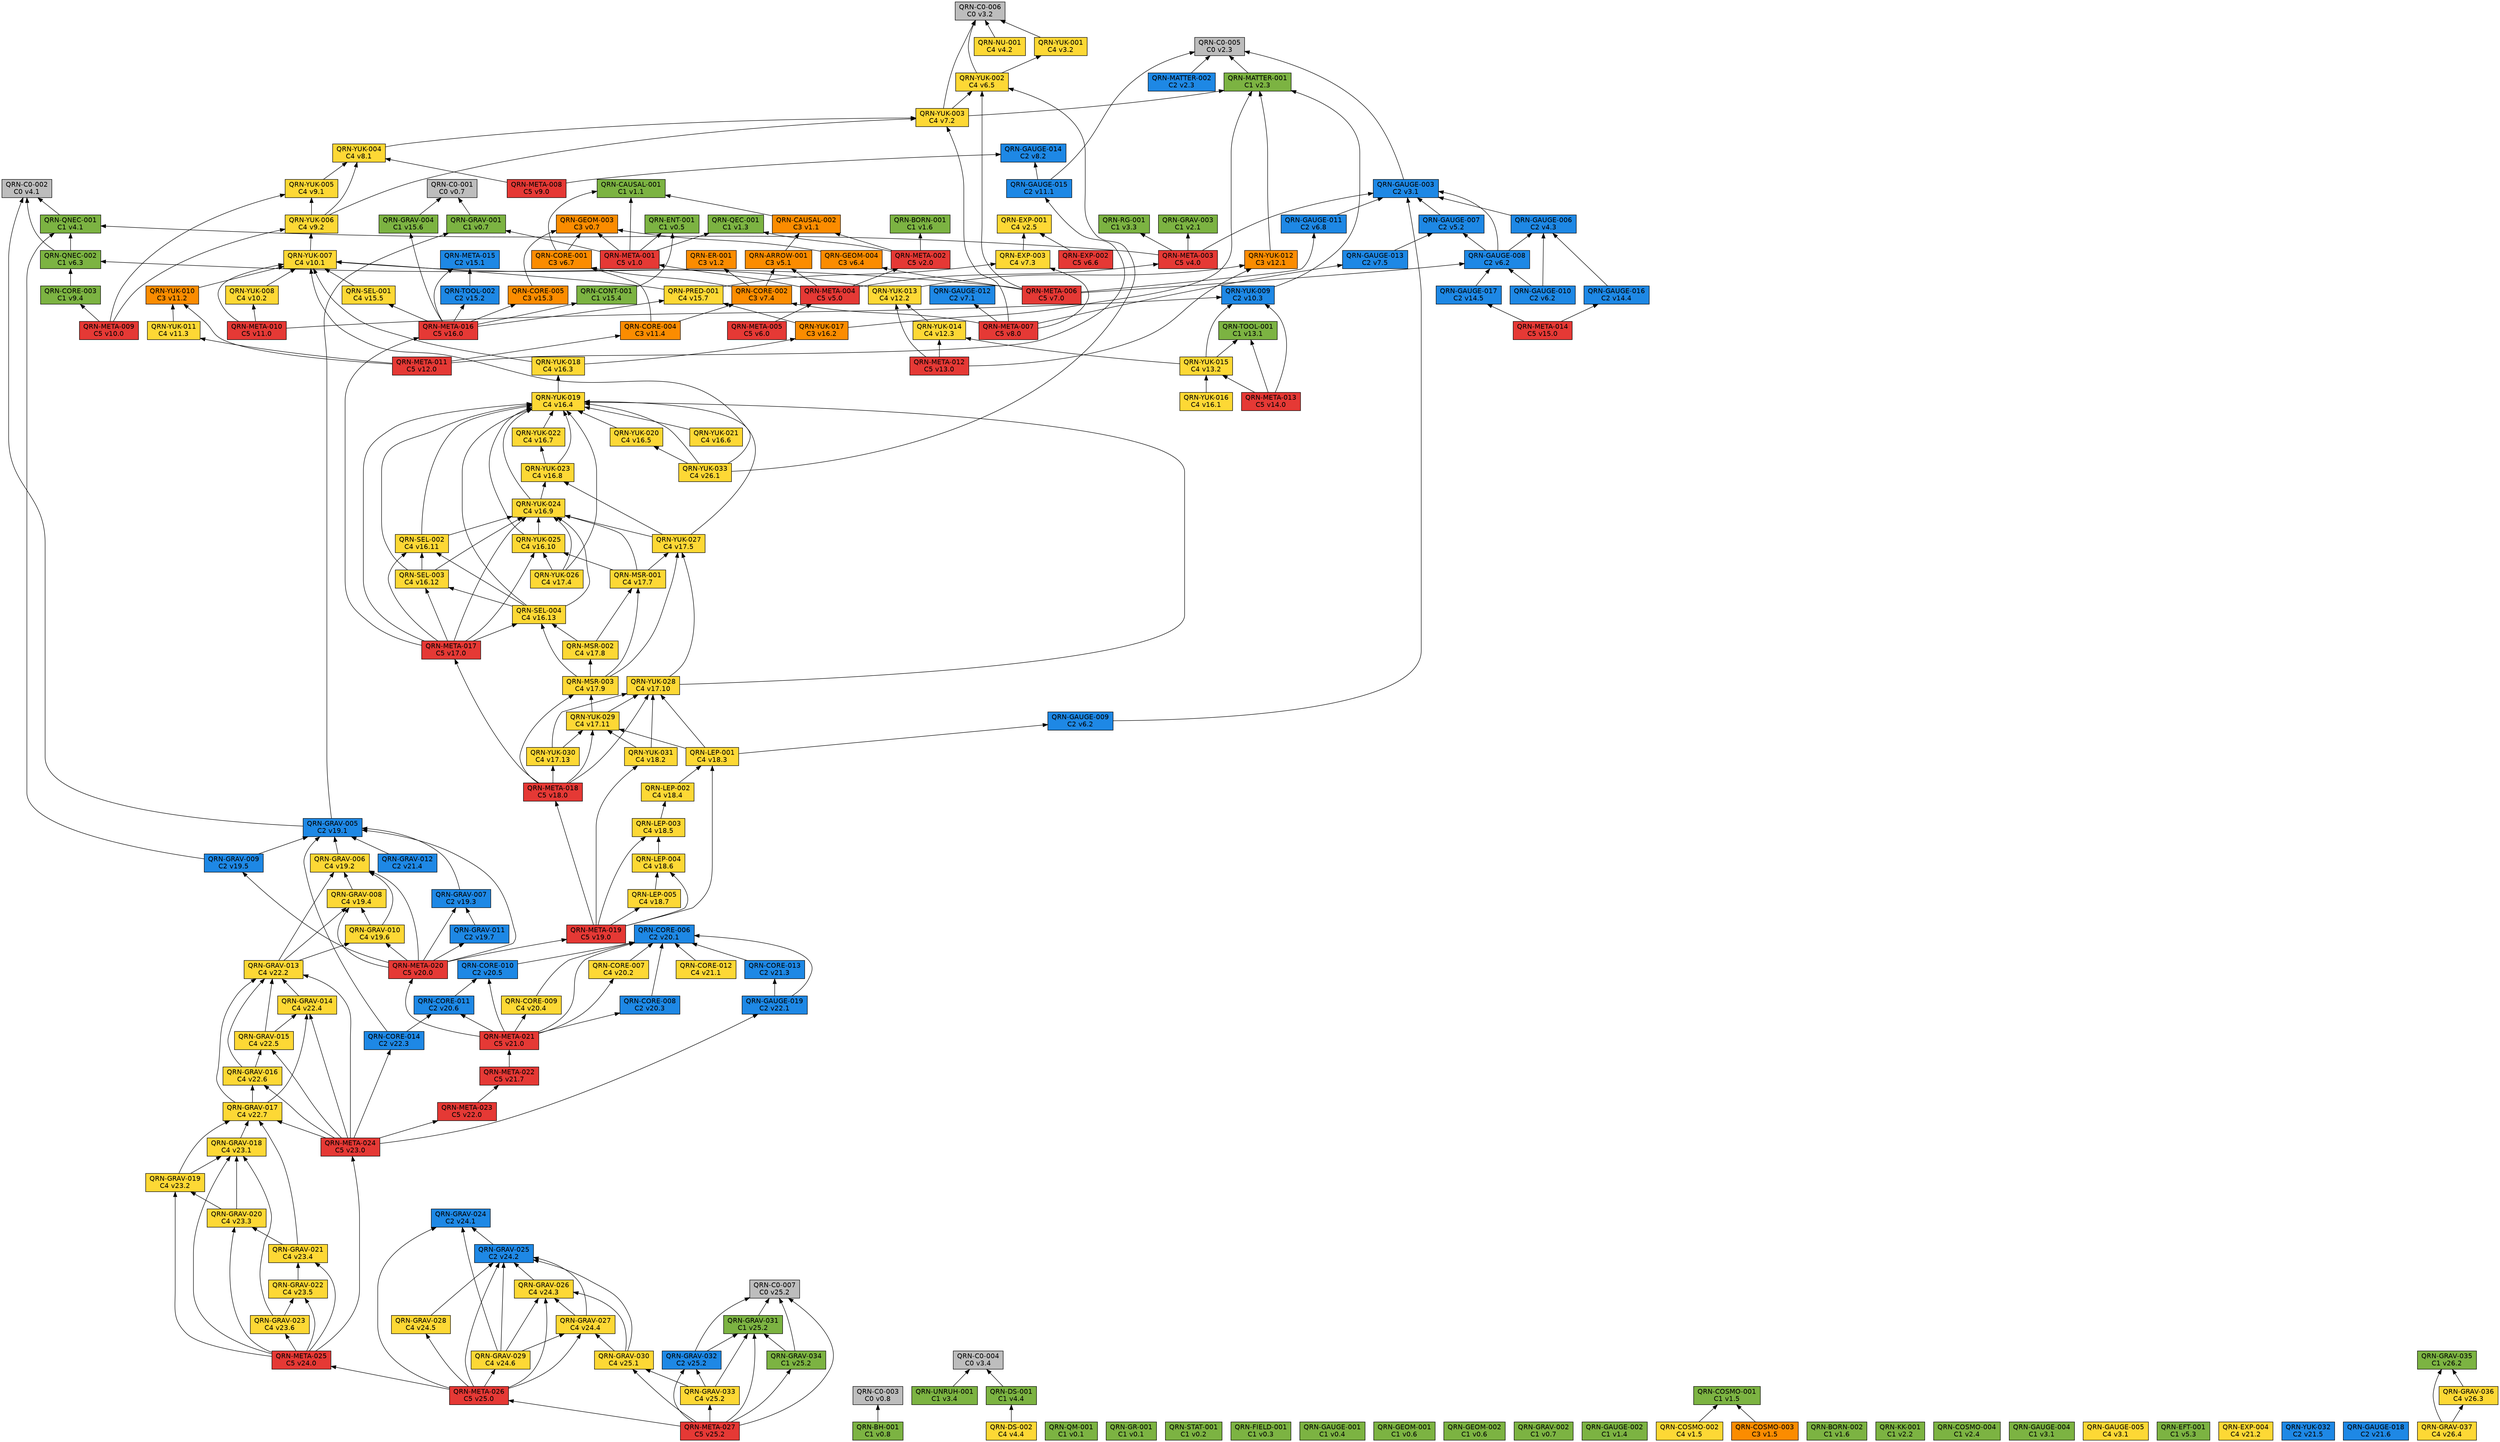
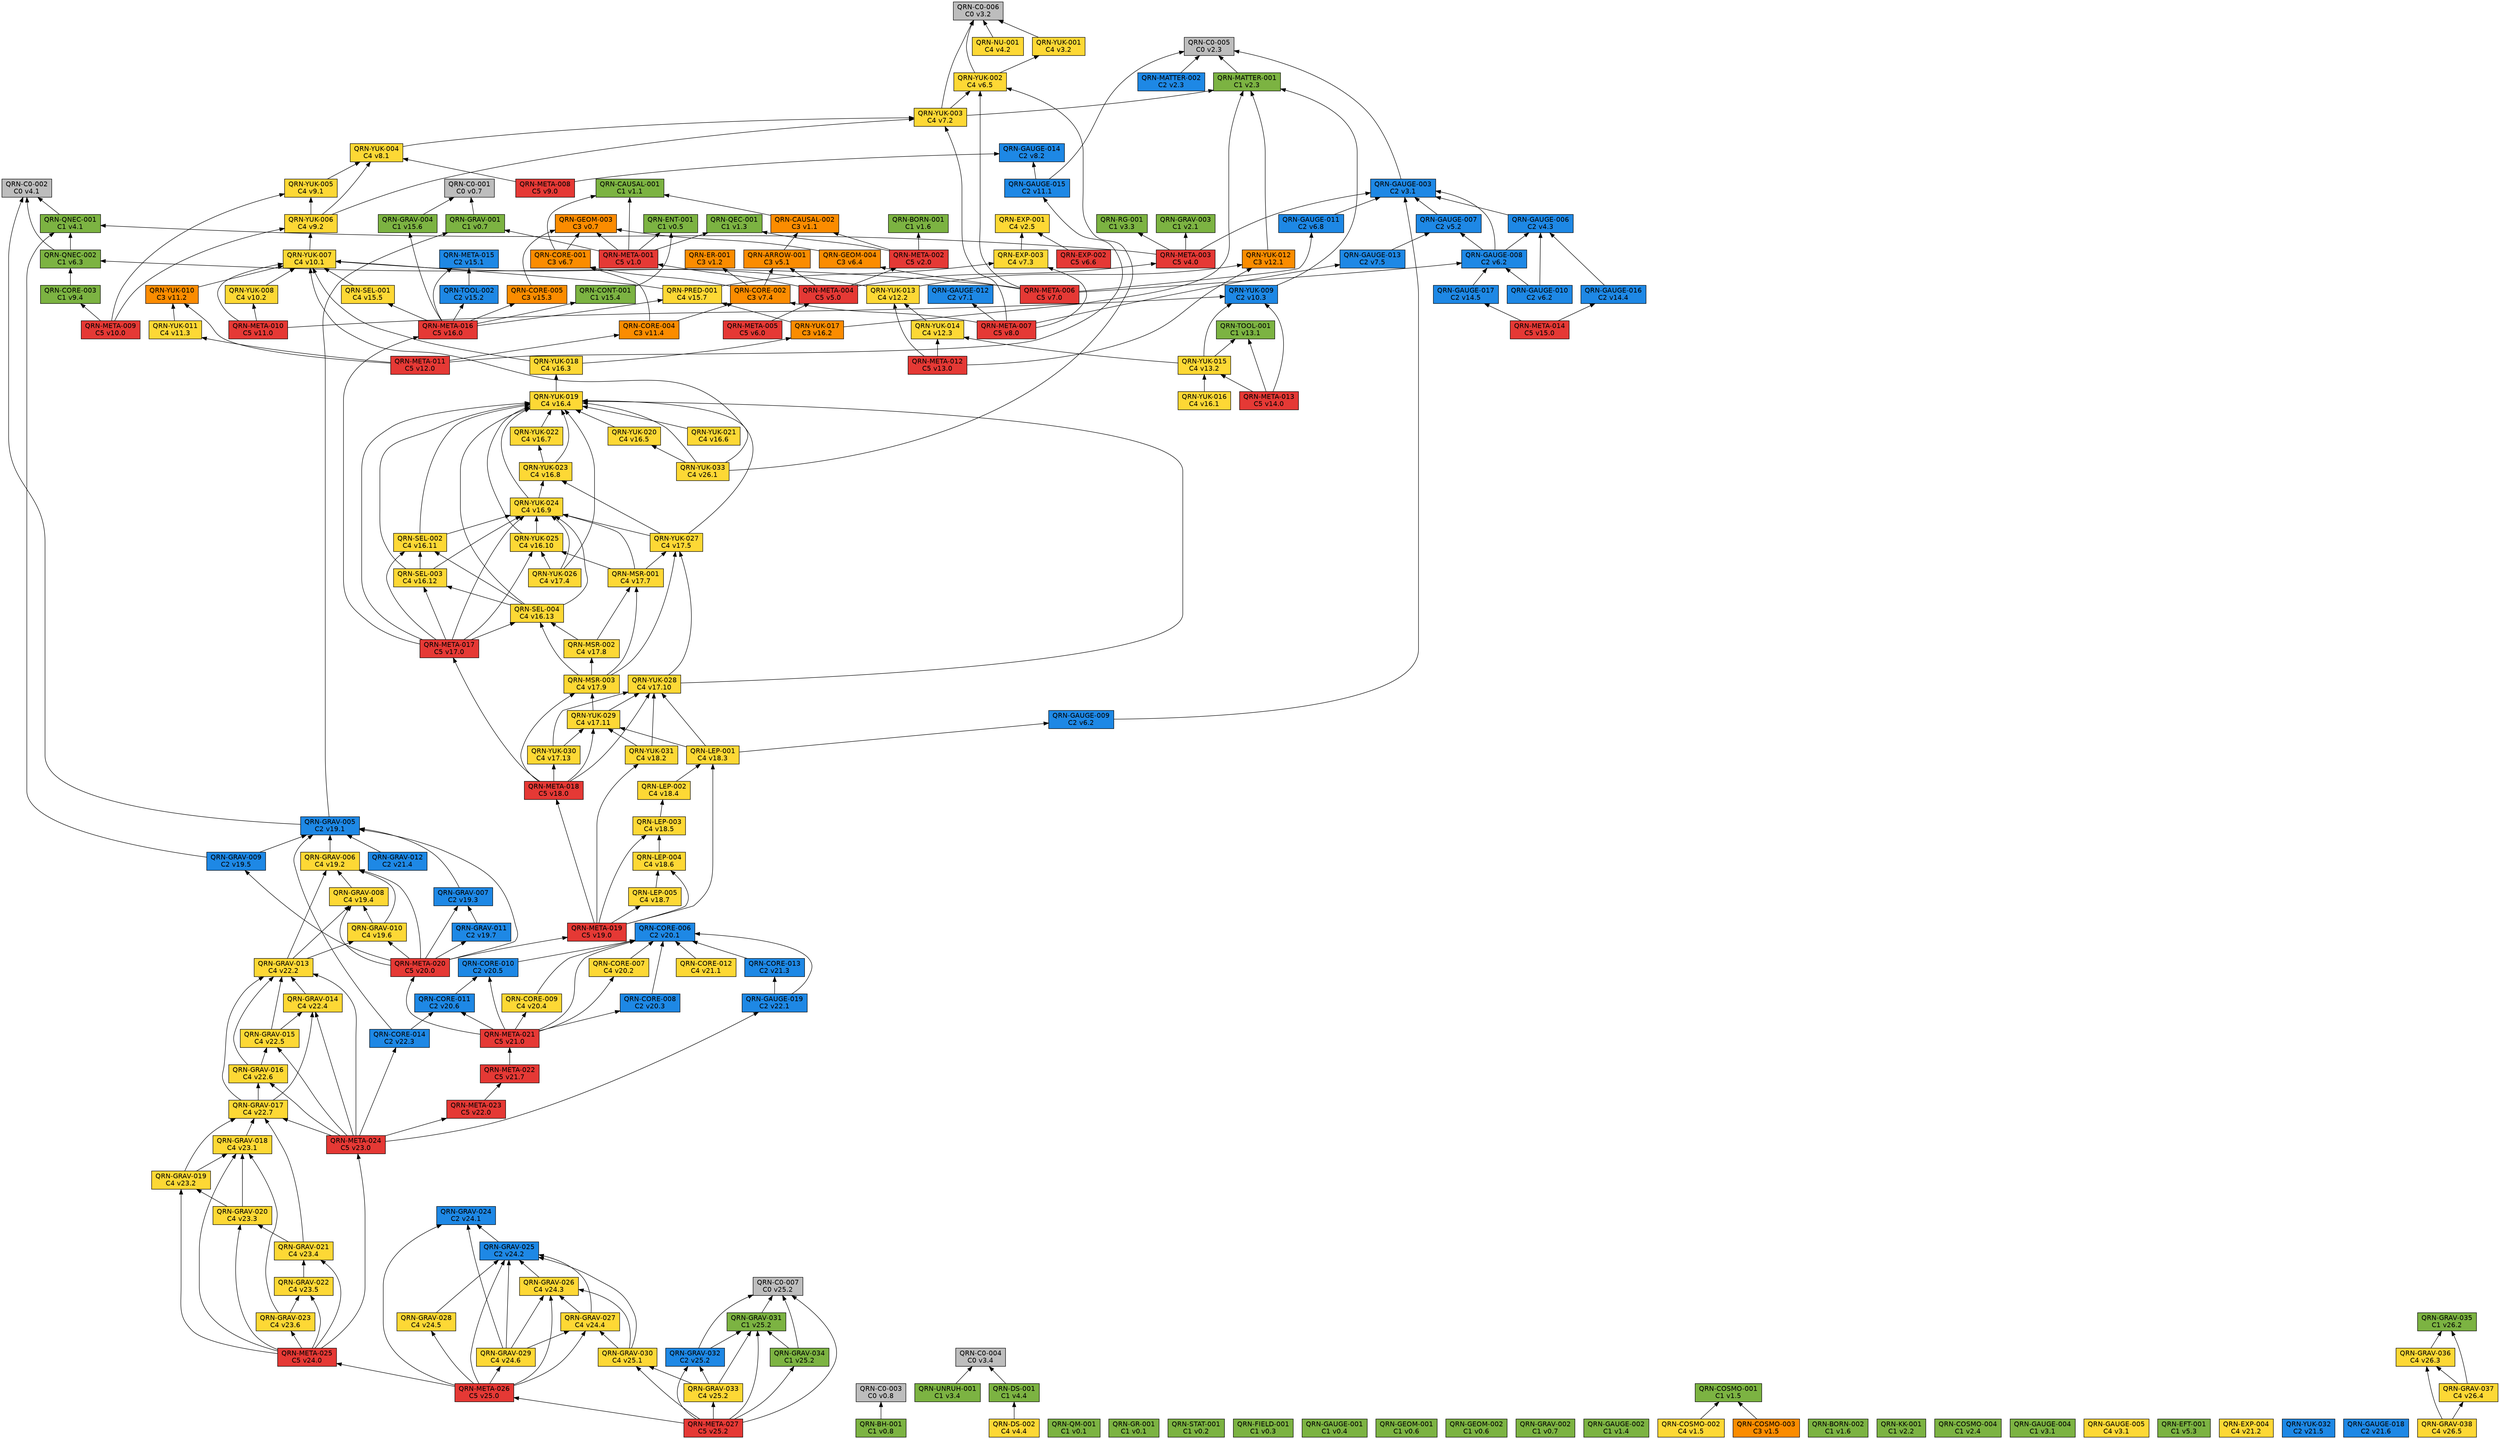
// 自動生成 (dag/report.pl) — QRN 主張依存グラフ
digraph qrn {
  rankdir=BT;
  node [shape=box, style=filled, fontname="Helvetica"];
  "QRN-C0-001" [fillcolor="#bdbdbd", label="QRN-C0-001\nC0 v0.7"];
  "QRN-C0-002" [fillcolor="#bdbdbd", label="QRN-C0-002\nC0 v4.1"];
  "QRN-C0-003" [fillcolor="#bdbdbd", label="QRN-C0-003\nC0 v0.8"];
  "QRN-C0-004" [fillcolor="#bdbdbd", label="QRN-C0-004\nC0 v3.4"];
  "QRN-C0-005" [fillcolor="#bdbdbd", label="QRN-C0-005\nC0 v2.3"];
  "QRN-C0-006" [fillcolor="#bdbdbd", label="QRN-C0-006\nC0 v3.2"];
  "QRN-QM-001" [fillcolor="#7cb342", label="QRN-QM-001\nC1 v0.1"];
  "QRN-GR-001" [fillcolor="#7cb342", label="QRN-GR-001\nC1 v0.1"];
  "QRN-STAT-001" [fillcolor="#7cb342", label="QRN-STAT-001\nC1 v0.2"];
  "QRN-FIELD-001" [fillcolor="#7cb342", label="QRN-FIELD-001\nC1 v0.3"];
  "QRN-GAUGE-001" [fillcolor="#7cb342", label="QRN-GAUGE-001\nC1 v0.4"];
  "QRN-ENT-001" [fillcolor="#7cb342", label="QRN-ENT-001\nC1 v0.5"];
  "QRN-GEOM-001" [fillcolor="#7cb342", label="QRN-GEOM-001\nC1 v0.6"];
  "QRN-GEOM-002" [fillcolor="#7cb342", label="QRN-GEOM-002\nC1 v0.6"];
  "QRN-GEOM-003" [fillcolor="#fb8c00", label="QRN-GEOM-003\nC3 v0.7"];
  "QRN-GRAV-001" [fillcolor="#7cb342", label="QRN-GRAV-001\nC1 v0.7"];
  "QRN-GRAV-002" [fillcolor="#7cb342", label="QRN-GRAV-002\nC1 v0.7"];
  "QRN-BH-001" [fillcolor="#7cb342", label="QRN-BH-001\nC1 v0.8"];
  "QRN-CAUSAL-001" [fillcolor="#7cb342", label="QRN-CAUSAL-001\nC1 v1.1"];
  "QRN-CAUSAL-002" [fillcolor="#fb8c00", label="QRN-CAUSAL-002\nC3 v1.1"];
  "QRN-ER-001" [fillcolor="#fb8c00", label="QRN-ER-001\nC3 v1.2"];
  "QRN-QEC-001" [fillcolor="#7cb342", label="QRN-QEC-001\nC1 v1.3"];
  "QRN-GAUGE-002" [fillcolor="#7cb342", label="QRN-GAUGE-002\nC1 v1.4"];
  "QRN-COSMO-001" [fillcolor="#7cb342", label="QRN-COSMO-001\nC1 v1.5"];
  "QRN-COSMO-002" [fillcolor="#fdd835", label="QRN-COSMO-002\nC4 v1.5"];
  "QRN-COSMO-003" [fillcolor="#fb8c00", label="QRN-COSMO-003\nC3 v1.5"];
  "QRN-BORN-001" [fillcolor="#7cb342", label="QRN-BORN-001\nC1 v1.6"];
  "QRN-BORN-002" [fillcolor="#7cb342", label="QRN-BORN-002\nC1 v1.6"];
  "QRN-GRAV-003" [fillcolor="#7cb342", label="QRN-GRAV-003\nC1 v2.1"];
  "QRN-KK-001" [fillcolor="#7cb342", label="QRN-KK-001\nC1 v2.2"];
  "QRN-MATTER-001" [fillcolor="#7cb342", label="QRN-MATTER-001\nC1 v2.3"];
  "QRN-MATTER-002" [fillcolor="#1e88e5", label="QRN-MATTER-002\nC2 v2.3"];
  "QRN-COSMO-004" [fillcolor="#7cb342", label="QRN-COSMO-004\nC1 v2.4"];
  "QRN-EXP-001" [fillcolor="#fdd835", label="QRN-EXP-001\nC4 v2.5"];
  "QRN-GAUGE-003" [fillcolor="#1e88e5", label="QRN-GAUGE-003\nC2 v3.1"];
  "QRN-GAUGE-004" [fillcolor="#7cb342", label="QRN-GAUGE-004\nC1 v3.1"];
  "QRN-GAUGE-005" [fillcolor="#fdd835", label="QRN-GAUGE-005\nC4 v3.1"];
  "QRN-YUK-001" [fillcolor="#fdd835", label="QRN-YUK-001\nC4 v3.2"];
  "QRN-RG-001" [fillcolor="#7cb342", label="QRN-RG-001\nC1 v3.3"];
  "QRN-UNRUH-001" [fillcolor="#7cb342", label="QRN-UNRUH-001\nC1 v3.4"];
  "QRN-QNEC-001" [fillcolor="#7cb342", label="QRN-QNEC-001\nC1 v4.1"];
  "QRN-NU-001" [fillcolor="#fdd835", label="QRN-NU-001\nC4 v4.2"];
  "QRN-GAUGE-006" [fillcolor="#1e88e5", label="QRN-GAUGE-006\nC2 v4.3"];
  "QRN-DS-001" [fillcolor="#7cb342", label="QRN-DS-001\nC1 v4.4"];
  "QRN-DS-002" [fillcolor="#fdd835", label="QRN-DS-002\nC4 v4.4"];
  "QRN-ARROW-001" [fillcolor="#fb8c00", label="QRN-ARROW-001\nC3 v5.1"];
  "QRN-GAUGE-007" [fillcolor="#1e88e5", label="QRN-GAUGE-007\nC2 v5.2"];
  "QRN-EFT-001" [fillcolor="#7cb342", label="QRN-EFT-001\nC1 v5.3"];
  "QRN-GAUGE-008" [fillcolor="#1e88e5", label="QRN-GAUGE-008\nC2 v6.2"];
  "QRN-GAUGE-009" [fillcolor="#1e88e5", label="QRN-GAUGE-009\nC2 v6.2"];
  "QRN-GAUGE-010" [fillcolor="#1e88e5", label="QRN-GAUGE-010\nC2 v6.2"];
  "QRN-QNEC-002" [fillcolor="#7cb342", label="QRN-QNEC-002\nC1 v6.3"];
  "QRN-GEOM-004" [fillcolor="#fb8c00", label="QRN-GEOM-004\nC3 v6.4"];
  "QRN-YUK-002" [fillcolor="#fdd835", label="QRN-YUK-002\nC4 v6.5"];
  "QRN-EXP-002" [fillcolor="#e53935", label="QRN-EXP-002\nC5 v6.6"];
  "QRN-CORE-001" [fillcolor="#fb8c00", label="QRN-CORE-001\nC3 v6.7"];
  "QRN-GAUGE-011" [fillcolor="#1e88e5", label="QRN-GAUGE-011\nC2 v6.8"];
  "QRN-GAUGE-012" [fillcolor="#1e88e5", label="QRN-GAUGE-012\nC2 v7.1"];
  "QRN-YUK-003" [fillcolor="#fdd835", label="QRN-YUK-003\nC4 v7.2"];
  "QRN-EXP-003" [fillcolor="#fdd835", label="QRN-EXP-003\nC4 v7.3"];
  "QRN-CORE-002" [fillcolor="#fb8c00", label="QRN-CORE-002\nC3 v7.4"];
  "QRN-GAUGE-013" [fillcolor="#1e88e5", label="QRN-GAUGE-013\nC2 v7.5"];
  "QRN-YUK-004" [fillcolor="#fdd835", label="QRN-YUK-004\nC4 v8.1"];
  "QRN-GAUGE-014" [fillcolor="#1e88e5", label="QRN-GAUGE-014\nC2 v8.2"];
  "QRN-META-001" [fillcolor="#e53935", label="QRN-META-001\nC5 v1.0"];
  "QRN-META-002" [fillcolor="#e53935", label="QRN-META-002\nC5 v2.0"];
  "QRN-META-003" [fillcolor="#e53935", label="QRN-META-003\nC5 v4.0"];
  "QRN-META-004" [fillcolor="#e53935", label="QRN-META-004\nC5 v5.0"];
  "QRN-META-005" [fillcolor="#e53935", label="QRN-META-005\nC5 v6.0"];
  "QRN-META-006" [fillcolor="#e53935", label="QRN-META-006\nC5 v7.0"];
  "QRN-META-007" [fillcolor="#e53935", label="QRN-META-007\nC5 v8.0"];
  "QRN-META-008" [fillcolor="#e53935", label="QRN-META-008\nC5 v9.0"];
  "QRN-YUK-005" [fillcolor="#fdd835", label="QRN-YUK-005\nC4 v9.1"];
  "QRN-YUK-006" [fillcolor="#fdd835", label="QRN-YUK-006\nC4 v9.2"];
  "QRN-CORE-003" [fillcolor="#7cb342", label="QRN-CORE-003\nC1 v9.4"];
  "QRN-META-009" [fillcolor="#e53935", label="QRN-META-009\nC5 v10.0"];
  "QRN-YUK-007" [fillcolor="#fdd835", label="QRN-YUK-007\nC4 v10.1"];
  "QRN-YUK-008" [fillcolor="#fdd835", label="QRN-YUK-008\nC4 v10.2"];
  "QRN-YUK-009" [fillcolor="#1e88e5", label="QRN-YUK-009\nC2 v10.3"];
  "QRN-META-010" [fillcolor="#e53935", label="QRN-META-010\nC5 v11.0"];
  "QRN-GAUGE-015" [fillcolor="#1e88e5", label="QRN-GAUGE-015\nC2 v11.1"];
  "QRN-YUK-010" [fillcolor="#fb8c00", label="QRN-YUK-010\nC3 v11.2"];
  "QRN-YUK-011" [fillcolor="#fdd835", label="QRN-YUK-011\nC4 v11.3"];
  "QRN-CORE-004" [fillcolor="#fb8c00", label="QRN-CORE-004\nC3 v11.4"];
  "QRN-META-011" [fillcolor="#e53935", label="QRN-META-011\nC5 v12.0"];
  "QRN-YUK-012" [fillcolor="#fb8c00", label="QRN-YUK-012\nC3 v12.1"];
  "QRN-YUK-013" [fillcolor="#fdd835", label="QRN-YUK-013\nC4 v12.2"];
  "QRN-YUK-014" [fillcolor="#fdd835", label="QRN-YUK-014\nC4 v12.3"];
  "QRN-META-012" [fillcolor="#e53935", label="QRN-META-012\nC5 v13.0"];
  "QRN-TOOL-001" [fillcolor="#7cb342", label="QRN-TOOL-001\nC1 v13.1"];
  "QRN-YUK-015" [fillcolor="#fdd835", label="QRN-YUK-015\nC4 v13.2"];
  "QRN-META-013" [fillcolor="#e53935", label="QRN-META-013\nC5 v14.0"];
  "QRN-GAUGE-016" [fillcolor="#1e88e5", label="QRN-GAUGE-016\nC2 v14.4"];
  "QRN-GAUGE-017" [fillcolor="#1e88e5", label="QRN-GAUGE-017\nC2 v14.5"];
  "QRN-META-014" [fillcolor="#e53935", label="QRN-META-014\nC5 v15.0"];
  "QRN-META-015" [fillcolor="#1e88e5", label="QRN-META-015\nC2 v15.1"];
  "QRN-TOOL-002" [fillcolor="#1e88e5", label="QRN-TOOL-002\nC2 v15.2"];
  "QRN-CORE-005" [fillcolor="#fb8c00", label="QRN-CORE-005\nC3 v15.3"];
  "QRN-CONT-001" [fillcolor="#7cb342", label="QRN-CONT-001\nC1 v15.4"];
  "QRN-SEL-001" [fillcolor="#fdd835", label="QRN-SEL-001\nC4 v15.5"];
  "QRN-GRAV-004" [fillcolor="#7cb342", label="QRN-GRAV-004\nC1 v15.6"];
  "QRN-PRED-001" [fillcolor="#fdd835", label="QRN-PRED-001\nC4 v15.7"];
  "QRN-META-016" [fillcolor="#e53935", label="QRN-META-016\nC5 v16.0"];
  "QRN-YUK-016" [fillcolor="#fdd835", label="QRN-YUK-016\nC4 v16.1"];
  "QRN-YUK-017" [fillcolor="#fb8c00", label="QRN-YUK-017\nC3 v16.2"];
  "QRN-YUK-018" [fillcolor="#fdd835", label="QRN-YUK-018\nC4 v16.3"];
  "QRN-YUK-019" [fillcolor="#fdd835", label="QRN-YUK-019\nC4 v16.4"];
  "QRN-YUK-020" [fillcolor="#fdd835", label="QRN-YUK-020\nC4 v16.5"];
  "QRN-YUK-021" [fillcolor="#fdd835", label="QRN-YUK-021\nC4 v16.6"];
  "QRN-YUK-022" [fillcolor="#fdd835", label="QRN-YUK-022\nC4 v16.7"];
  "QRN-YUK-023" [fillcolor="#fdd835", label="QRN-YUK-023\nC4 v16.8"];
  "QRN-YUK-024" [fillcolor="#fdd835", label="QRN-YUK-024\nC4 v16.9"];
  "QRN-YUK-025" [fillcolor="#fdd835", label="QRN-YUK-025\nC4 v16.10"];
  "QRN-SEL-002" [fillcolor="#fdd835", label="QRN-SEL-002\nC4 v16.11"];
  "QRN-SEL-003" [fillcolor="#fdd835", label="QRN-SEL-003\nC4 v16.12"];
  "QRN-SEL-004" [fillcolor="#fdd835", label="QRN-SEL-004\nC4 v16.13"];
  "QRN-META-017" [fillcolor="#e53935", label="QRN-META-017\nC5 v17.0"];
  "QRN-YUK-026" [fillcolor="#fdd835", label="QRN-YUK-026\nC4 v17.4"];
  "QRN-YUK-027" [fillcolor="#fdd835", label="QRN-YUK-027\nC4 v17.5"];
  "QRN-MSR-001" [fillcolor="#fdd835", label="QRN-MSR-001\nC4 v17.7"];
  "QRN-MSR-002" [fillcolor="#fdd835", label="QRN-MSR-002\nC4 v17.8"];
  "QRN-MSR-003" [fillcolor="#fdd835", label="QRN-MSR-003\nC4 v17.9"];
  "QRN-YUK-028" [fillcolor="#fdd835", label="QRN-YUK-028\nC4 v17.10"];
  "QRN-YUK-029" [fillcolor="#fdd835", label="QRN-YUK-029\nC4 v17.11"];
  "QRN-YUK-030" [fillcolor="#fdd835", label="QRN-YUK-030\nC4 v17.13"];
  "QRN-META-018" [fillcolor="#e53935", label="QRN-META-018\nC5 v18.0"];
  "QRN-YUK-031" [fillcolor="#fdd835", label="QRN-YUK-031\nC4 v18.2"];
  "QRN-LEP-001" [fillcolor="#fdd835", label="QRN-LEP-001\nC4 v18.3"];
  "QRN-LEP-002" [fillcolor="#fdd835", label="QRN-LEP-002\nC4 v18.4"];
  "QRN-LEP-003" [fillcolor="#fdd835", label="QRN-LEP-003\nC4 v18.5"];
  "QRN-LEP-004" [fillcolor="#fdd835", label="QRN-LEP-004\nC4 v18.6"];
  "QRN-LEP-005" [fillcolor="#fdd835", label="QRN-LEP-005\nC4 v18.7"];
  "QRN-META-019" [fillcolor="#e53935", label="QRN-META-019\nC5 v19.0"];
  "QRN-GRAV-005" [fillcolor="#1e88e5", label="QRN-GRAV-005\nC2 v19.1"];
  "QRN-GRAV-006" [fillcolor="#fdd835", label="QRN-GRAV-006\nC4 v19.2"];
  "QRN-GRAV-007" [fillcolor="#1e88e5", label="QRN-GRAV-007\nC2 v19.3"];
  "QRN-GRAV-008" [fillcolor="#fdd835", label="QRN-GRAV-008\nC4 v19.4"];
  "QRN-GRAV-009" [fillcolor="#1e88e5", label="QRN-GRAV-009\nC2 v19.5"];
  "QRN-GRAV-010" [fillcolor="#fdd835", label="QRN-GRAV-010\nC4 v19.6"];
  "QRN-GRAV-011" [fillcolor="#1e88e5", label="QRN-GRAV-011\nC2 v19.7"];
  "QRN-META-020" [fillcolor="#e53935", label="QRN-META-020\nC5 v20.0"];
  "QRN-CORE-006" [fillcolor="#1e88e5", label="QRN-CORE-006\nC2 v20.1"];
  "QRN-CORE-007" [fillcolor="#fdd835", label="QRN-CORE-007\nC4 v20.2"];
  "QRN-CORE-008" [fillcolor="#1e88e5", label="QRN-CORE-008\nC2 v20.3"];
  "QRN-CORE-009" [fillcolor="#fdd835", label="QRN-CORE-009\nC4 v20.4"];
  "QRN-CORE-010" [fillcolor="#1e88e5", label="QRN-CORE-010\nC2 v20.5"];
  "QRN-CORE-011" [fillcolor="#1e88e5", label="QRN-CORE-011\nC2 v20.6"];
  "QRN-META-021" [fillcolor="#e53935", label="QRN-META-021\nC5 v21.0"];
  "QRN-CORE-012" [fillcolor="#fdd835", label="QRN-CORE-012\nC4 v21.1"];
  "QRN-EXP-004" [fillcolor="#fdd835", label="QRN-EXP-004\nC4 v21.2"];
  "QRN-CORE-013" [fillcolor="#1e88e5", label="QRN-CORE-013\nC2 v21.3"];
  "QRN-GRAV-012" [fillcolor="#1e88e5", label="QRN-GRAV-012\nC2 v21.4"];
  "QRN-YUK-032" [fillcolor="#1e88e5", label="QRN-YUK-032\nC2 v21.5"];
  "QRN-GAUGE-018" [fillcolor="#1e88e5", label="QRN-GAUGE-018\nC2 v21.6"];
  "QRN-META-022" [fillcolor="#e53935", label="QRN-META-022\nC5 v21.7"];
  "QRN-META-023" [fillcolor="#e53935", label="QRN-META-023\nC5 v22.0"];
  "QRN-CORE-014" [fillcolor="#1e88e5", label="QRN-CORE-014\nC2 v22.3"];
  "QRN-GRAV-013" [fillcolor="#fdd835", label="QRN-GRAV-013\nC4 v22.2"];
  "QRN-GRAV-014" [fillcolor="#fdd835", label="QRN-GRAV-014\nC4 v22.4"];
  "QRN-GRAV-015" [fillcolor="#fdd835", label="QRN-GRAV-015\nC4 v22.5"];
  "QRN-GRAV-016" [fillcolor="#fdd835", label="QRN-GRAV-016\nC4 v22.6"];
  "QRN-GRAV-017" [fillcolor="#fdd835", label="QRN-GRAV-017\nC4 v22.7"];
  "QRN-GAUGE-019" [fillcolor="#1e88e5", label="QRN-GAUGE-019\nC2 v22.1"];
  "QRN-META-024" [fillcolor="#e53935", label="QRN-META-024\nC5 v23.0"];
  "QRN-GRAV-018" [fillcolor="#fdd835", label="QRN-GRAV-018\nC4 v23.1"];
  "QRN-GRAV-019" [fillcolor="#fdd835", label="QRN-GRAV-019\nC4 v23.2"];
  "QRN-GRAV-020" [fillcolor="#fdd835", label="QRN-GRAV-020\nC4 v23.3"];
  "QRN-GRAV-021" [fillcolor="#fdd835", label="QRN-GRAV-021\nC4 v23.4"];
  "QRN-GRAV-022" [fillcolor="#fdd835", label="QRN-GRAV-022\nC4 v23.5"];
  "QRN-GRAV-023" [fillcolor="#fdd835", label="QRN-GRAV-023\nC4 v23.6"];
  "QRN-META-025" [fillcolor="#e53935", label="QRN-META-025\nC5 v24.0"];
  "QRN-GRAV-024" [fillcolor="#1e88e5", label="QRN-GRAV-024\nC2 v24.1"];
  "QRN-GRAV-025" [fillcolor="#1e88e5", label="QRN-GRAV-025\nC2 v24.2"];
  "QRN-GRAV-026" [fillcolor="#fdd835", label="QRN-GRAV-026\nC4 v24.3"];
  "QRN-GRAV-027" [fillcolor="#fdd835", label="QRN-GRAV-027\nC4 v24.4"];
  "QRN-GRAV-028" [fillcolor="#fdd835", label="QRN-GRAV-028\nC4 v24.5"];
  "QRN-GRAV-029" [fillcolor="#fdd835", label="QRN-GRAV-029\nC4 v24.6"];
  "QRN-META-026" [fillcolor="#e53935", label="QRN-META-026\nC5 v25.0"];
  "QRN-GRAV-030" [fillcolor="#fdd835", label="QRN-GRAV-030\nC4 v25.1"];
  "QRN-C0-007" [fillcolor="#bdbdbd", label="QRN-C0-007\nC0 v25.2"];
  "QRN-GRAV-031" [fillcolor="#7cb342", label="QRN-GRAV-031\nC1 v25.2"];
  "QRN-GRAV-032" [fillcolor="#1e88e5", label="QRN-GRAV-032\nC2 v25.2"];
  "QRN-GRAV-033" [fillcolor="#fdd835", label="QRN-GRAV-033\nC4 v25.2"];
  "QRN-GRAV-034" [fillcolor="#7cb342", label="QRN-GRAV-034\nC1 v25.2"];
  "QRN-META-027" [fillcolor="#e53935", label="QRN-META-027\nC5 v25.2"];
  "QRN-YUK-033" [fillcolor="#fdd835", label="QRN-YUK-033\nC4 v26.1"];
  "QRN-GRAV-035" [fillcolor="#7cb342", label="QRN-GRAV-035\nC1 v26.2"];
  "QRN-GRAV-036" [fillcolor="#fdd835", label="QRN-GRAV-036\nC4 v26.3"];
  "QRN-GRAV-037" [fillcolor="#fdd835", label="QRN-GRAV-037\nC4 v26.4"];
+   "QRN-GRAV-038" [fillcolor="#fdd835", label="QRN-GRAV-038\nC4 v26.5"];
  "QRN-GRAV-001" -> "QRN-C0-001";
  "QRN-BH-001" -> "QRN-C0-003";
  "QRN-CAUSAL-002" -> "QRN-CAUSAL-001";
  "QRN-COSMO-002" -> "QRN-COSMO-001";
  "QRN-COSMO-003" -> "QRN-COSMO-001";
  "QRN-MATTER-001" -> "QRN-C0-005";
  "QRN-MATTER-002" -> "QRN-C0-005";
  "QRN-GAUGE-003" -> "QRN-C0-005";
  "QRN-YUK-001" -> "QRN-C0-006";
  "QRN-UNRUH-001" -> "QRN-C0-004";
  "QRN-QNEC-001" -> "QRN-C0-002";
  "QRN-NU-001" -> "QRN-C0-006";
  "QRN-GAUGE-006" -> "QRN-GAUGE-003";
  "QRN-DS-001" -> "QRN-C0-004";
  "QRN-DS-002" -> "QRN-DS-001";
  "QRN-ARROW-001" -> "QRN-CAUSAL-002";
  "QRN-GAUGE-007" -> "QRN-GAUGE-003";
  "QRN-GAUGE-008" -> "QRN-GAUGE-003";
  "QRN-GAUGE-008" -> "QRN-GAUGE-006";
  "QRN-GAUGE-008" -> "QRN-GAUGE-007";
  "QRN-GAUGE-009" -> "QRN-GAUGE-003";
  "QRN-GAUGE-010" -> "QRN-GAUGE-006";
  "QRN-GAUGE-010" -> "QRN-GAUGE-008";
  "QRN-QNEC-002" -> "QRN-C0-002";
  "QRN-QNEC-002" -> "QRN-QNEC-001";
  "QRN-GEOM-004" -> "QRN-GEOM-003";
  "QRN-YUK-002" -> "QRN-C0-006";
  "QRN-YUK-002" -> "QRN-YUK-001";
  "QRN-EXP-002" -> "QRN-EXP-001";
  "QRN-CORE-001" -> "QRN-GEOM-003";
  "QRN-CORE-001" -> "QRN-CAUSAL-001";
  "QRN-GAUGE-011" -> "QRN-GAUGE-003";
  "QRN-YUK-003" -> "QRN-C0-006";
  "QRN-YUK-003" -> "QRN-MATTER-001";
  "QRN-YUK-003" -> "QRN-YUK-002";
  "QRN-EXP-003" -> "QRN-EXP-001";
  "QRN-CORE-002" -> "QRN-CORE-001";
  "QRN-CORE-002" -> "QRN-ER-001";
  "QRN-CORE-002" -> "QRN-ARROW-001";
  "QRN-GAUGE-013" -> "QRN-GAUGE-007";
  "QRN-YUK-004" -> "QRN-YUK-003";
  "QRN-META-001" -> "QRN-GEOM-003";
  "QRN-META-001" -> "QRN-GRAV-001";
  "QRN-META-001" -> "QRN-CAUSAL-001";
  "QRN-META-001" -> "QRN-QEC-001";
  "QRN-META-001" -> "QRN-ENT-001";
  "QRN-META-002" -> "QRN-QEC-001";
  "QRN-META-002" -> "QRN-BORN-001";
  "QRN-META-002" -> "QRN-CAUSAL-002";
  "QRN-META-003" -> "QRN-GAUGE-003";
  "QRN-META-003" -> "QRN-RG-001";
  "QRN-META-003" -> "QRN-QNEC-001";
  "QRN-META-003" -> "QRN-GRAV-003";
  "QRN-META-004" -> "QRN-META-001";
  "QRN-META-004" -> "QRN-META-002";
  "QRN-META-004" -> "QRN-META-003";
  "QRN-META-004" -> "QRN-ARROW-001";
  "QRN-META-005" -> "QRN-META-004";
  "QRN-META-006" -> "QRN-GAUGE-008";
  "QRN-META-006" -> "QRN-QNEC-002";
  "QRN-META-006" -> "QRN-GEOM-004";
  "QRN-META-006" -> "QRN-YUK-002";
  "QRN-META-006" -> "QRN-GAUGE-011";
  "QRN-META-007" -> "QRN-GAUGE-012";
  "QRN-META-007" -> "QRN-YUK-003";
  "QRN-META-007" -> "QRN-EXP-003";
  "QRN-META-007" -> "QRN-CORE-002";
  "QRN-META-007" -> "QRN-GAUGE-013";
  "QRN-META-008" -> "QRN-YUK-004";
  "QRN-META-008" -> "QRN-GAUGE-014";
  "QRN-YUK-005" -> "QRN-YUK-004";
  "QRN-YUK-006" -> "QRN-YUK-003";
  "QRN-YUK-006" -> "QRN-YUK-004";
  "QRN-YUK-006" -> "QRN-YUK-005";
  "QRN-CORE-003" -> "QRN-QNEC-002";
  "QRN-META-009" -> "QRN-YUK-005";
  "QRN-META-009" -> "QRN-YUK-006";
  "QRN-META-009" -> "QRN-CORE-003";
  "QRN-YUK-007" -> "QRN-YUK-006";
  "QRN-YUK-008" -> "QRN-YUK-007";
  "QRN-YUK-009" -> "QRN-MATTER-001";
  "QRN-META-010" -> "QRN-YUK-007";
  "QRN-META-010" -> "QRN-YUK-008";
  "QRN-META-010" -> "QRN-YUK-009";
  "QRN-GAUGE-015" -> "QRN-C0-005";
  "QRN-GAUGE-015" -> "QRN-GAUGE-014";
  "QRN-YUK-010" -> "QRN-YUK-007";
  "QRN-YUK-011" -> "QRN-YUK-010";
  "QRN-CORE-004" -> "QRN-CORE-001";
  "QRN-CORE-004" -> "QRN-CORE-002";
  "QRN-META-011" -> "QRN-GAUGE-015";
  "QRN-META-011" -> "QRN-YUK-010";
  "QRN-META-011" -> "QRN-YUK-011";
  "QRN-META-011" -> "QRN-CORE-004";
  "QRN-YUK-012" -> "QRN-MATTER-001";
  "QRN-YUK-013" -> "QRN-YUK-012";
  "QRN-YUK-013" -> "QRN-YUK-007";
  "QRN-YUK-014" -> "QRN-YUK-013";
  "QRN-META-012" -> "QRN-YUK-012";
  "QRN-META-012" -> "QRN-YUK-013";
  "QRN-META-012" -> "QRN-YUK-014";
  "QRN-YUK-015" -> "QRN-YUK-014";
  "QRN-YUK-015" -> "QRN-TOOL-001";
  "QRN-YUK-015" -> "QRN-YUK-009";
  "QRN-META-013" -> "QRN-YUK-015";
  "QRN-META-013" -> "QRN-TOOL-001";
  "QRN-META-013" -> "QRN-YUK-009";
  "QRN-GAUGE-016" -> "QRN-GAUGE-006";
  "QRN-GAUGE-017" -> "QRN-GAUGE-008";
  "QRN-META-014" -> "QRN-GAUGE-016";
  "QRN-META-014" -> "QRN-GAUGE-017";
  "QRN-TOOL-002" -> "QRN-META-015";
  "QRN-CORE-005" -> "QRN-GEOM-003";
  "QRN-CONT-001" -> "QRN-ENT-001";
  "QRN-SEL-001" -> "QRN-YUK-007";
  "QRN-GRAV-004" -> "QRN-C0-001";
  "QRN-PRED-001" -> "QRN-YUK-007";
  "QRN-PRED-001" -> "QRN-EXP-003";
  "QRN-META-016" -> "QRN-META-015";
  "QRN-META-016" -> "QRN-TOOL-002";
  "QRN-META-016" -> "QRN-CORE-005";
  "QRN-META-016" -> "QRN-CONT-001";
  "QRN-META-016" -> "QRN-SEL-001";
  "QRN-META-016" -> "QRN-GRAV-004";
  "QRN-META-016" -> "QRN-PRED-001";
  "QRN-YUK-016" -> "QRN-YUK-015";
  "QRN-YUK-017" -> "QRN-MATTER-001";
  "QRN-YUK-017" -> "QRN-PRED-001";
  "QRN-YUK-018" -> "QRN-YUK-017";
  "QRN-YUK-018" -> "QRN-YUK-007";
  "QRN-YUK-019" -> "QRN-YUK-018";
  "QRN-YUK-020" -> "QRN-YUK-019";
  "QRN-YUK-021" -> "QRN-YUK-019";
  "QRN-YUK-022" -> "QRN-YUK-019";
  "QRN-YUK-023" -> "QRN-YUK-019";
  "QRN-YUK-023" -> "QRN-YUK-022";
  "QRN-YUK-024" -> "QRN-YUK-019";
  "QRN-YUK-024" -> "QRN-YUK-023";
  "QRN-YUK-025" -> "QRN-YUK-019";
  "QRN-YUK-025" -> "QRN-YUK-024";
  "QRN-SEL-002" -> "QRN-YUK-019";
  "QRN-SEL-002" -> "QRN-YUK-024";
  "QRN-SEL-003" -> "QRN-YUK-019";
  "QRN-SEL-003" -> "QRN-YUK-024";
  "QRN-SEL-003" -> "QRN-SEL-002";
  "QRN-SEL-004" -> "QRN-YUK-019";
  "QRN-SEL-004" -> "QRN-YUK-024";
  "QRN-SEL-004" -> "QRN-SEL-002";
  "QRN-SEL-004" -> "QRN-SEL-003";
  "QRN-META-017" -> "QRN-META-016";
  "QRN-META-017" -> "QRN-YUK-019";
  "QRN-META-017" -> "QRN-YUK-024";
  "QRN-META-017" -> "QRN-YUK-025";
  "QRN-META-017" -> "QRN-SEL-002";
  "QRN-META-017" -> "QRN-SEL-003";
  "QRN-META-017" -> "QRN-SEL-004";
  "QRN-YUK-026" -> "QRN-YUK-019";
  "QRN-YUK-026" -> "QRN-YUK-024";
  "QRN-YUK-026" -> "QRN-YUK-025";
  "QRN-YUK-027" -> "QRN-YUK-019";
  "QRN-YUK-027" -> "QRN-YUK-023";
  "QRN-YUK-027" -> "QRN-YUK-024";
  "QRN-MSR-001" -> "QRN-YUK-024";
  "QRN-MSR-001" -> "QRN-YUK-025";
  "QRN-MSR-001" -> "QRN-YUK-027";
  "QRN-MSR-002" -> "QRN-SEL-004";
  "QRN-MSR-002" -> "QRN-MSR-001";
  "QRN-MSR-003" -> "QRN-MSR-001";
  "QRN-MSR-003" -> "QRN-MSR-002";
  "QRN-MSR-003" -> "QRN-SEL-004";
  "QRN-MSR-003" -> "QRN-YUK-027";
  "QRN-YUK-028" -> "QRN-YUK-019";
  "QRN-YUK-028" -> "QRN-YUK-027";
  "QRN-YUK-029" -> "QRN-YUK-028";
  "QRN-YUK-029" -> "QRN-MSR-003";
  "QRN-YUK-030" -> "QRN-YUK-028";
  "QRN-YUK-030" -> "QRN-YUK-029";
  "QRN-META-018" -> "QRN-META-017";
  "QRN-META-018" -> "QRN-MSR-003";
  "QRN-META-018" -> "QRN-YUK-028";
  "QRN-META-018" -> "QRN-YUK-029";
  "QRN-META-018" -> "QRN-YUK-030";
  "QRN-YUK-031" -> "QRN-YUK-028";
  "QRN-YUK-031" -> "QRN-YUK-029";
  "QRN-LEP-001" -> "QRN-YUK-028";
  "QRN-LEP-001" -> "QRN-YUK-029";
  "QRN-LEP-001" -> "QRN-GAUGE-009";
  "QRN-LEP-002" -> "QRN-LEP-001";
  "QRN-LEP-003" -> "QRN-LEP-002";
  "QRN-LEP-004" -> "QRN-LEP-003";
  "QRN-LEP-005" -> "QRN-LEP-004";
  "QRN-META-019" -> "QRN-META-018";
  "QRN-META-019" -> "QRN-YUK-031";
  "QRN-META-019" -> "QRN-LEP-001";
  "QRN-META-019" -> "QRN-LEP-003";
  "QRN-META-019" -> "QRN-LEP-004";
  "QRN-META-019" -> "QRN-LEP-005";
  "QRN-GRAV-005" -> "QRN-C0-002";
  "QRN-GRAV-005" -> "QRN-GRAV-001";
  "QRN-GRAV-006" -> "QRN-GRAV-005";
  "QRN-GRAV-007" -> "QRN-GRAV-005";
  "QRN-GRAV-008" -> "QRN-GRAV-006";
  "QRN-GRAV-009" -> "QRN-GRAV-005";
  "QRN-GRAV-009" -> "QRN-QNEC-001";
  "QRN-GRAV-010" -> "QRN-GRAV-006";
  "QRN-GRAV-010" -> "QRN-GRAV-008";
  "QRN-GRAV-011" -> "QRN-GRAV-007";
  "QRN-META-020" -> "QRN-META-019";
  "QRN-META-020" -> "QRN-GRAV-005";
  "QRN-META-020" -> "QRN-GRAV-006";
  "QRN-META-020" -> "QRN-GRAV-007";
  "QRN-META-020" -> "QRN-GRAV-008";
  "QRN-META-020" -> "QRN-GRAV-009";
  "QRN-META-020" -> "QRN-GRAV-010";
  "QRN-META-020" -> "QRN-GRAV-011";
  "QRN-CORE-007" -> "QRN-CORE-006";
  "QRN-CORE-008" -> "QRN-CORE-006";
  "QRN-CORE-009" -> "QRN-CORE-006";
  "QRN-CORE-010" -> "QRN-CORE-006";
  "QRN-CORE-011" -> "QRN-CORE-010";
  "QRN-META-021" -> "QRN-META-020";
  "QRN-META-021" -> "QRN-CORE-006";
  "QRN-META-021" -> "QRN-CORE-007";
  "QRN-META-021" -> "QRN-CORE-008";
  "QRN-META-021" -> "QRN-CORE-009";
  "QRN-META-021" -> "QRN-CORE-010";
  "QRN-META-021" -> "QRN-CORE-011";
  "QRN-CORE-012" -> "QRN-CORE-006";
  "QRN-CORE-013" -> "QRN-CORE-006";
  "QRN-GRAV-012" -> "QRN-GRAV-005";
  "QRN-META-022" -> "QRN-META-021";
  "QRN-META-023" -> "QRN-META-022";
  "QRN-CORE-014" -> "QRN-CORE-011";
  "QRN-CORE-014" -> "QRN-GRAV-005";
  "QRN-GRAV-013" -> "QRN-GRAV-006";
  "QRN-GRAV-013" -> "QRN-GRAV-008";
  "QRN-GRAV-013" -> "QRN-GRAV-010";
  "QRN-GRAV-014" -> "QRN-GRAV-013";
  "QRN-GRAV-015" -> "QRN-GRAV-013";
  "QRN-GRAV-015" -> "QRN-GRAV-014";
  "QRN-GRAV-016" -> "QRN-GRAV-013";
  "QRN-GRAV-016" -> "QRN-GRAV-015";
  "QRN-GRAV-017" -> "QRN-GRAV-013";
  "QRN-GRAV-017" -> "QRN-GRAV-014";
  "QRN-GRAV-017" -> "QRN-GRAV-016";
  "QRN-GAUGE-019" -> "QRN-CORE-006";
  "QRN-GAUGE-019" -> "QRN-CORE-013";
  "QRN-META-024" -> "QRN-CORE-014";
  "QRN-META-024" -> "QRN-GRAV-013";
  "QRN-META-024" -> "QRN-GRAV-014";
  "QRN-META-024" -> "QRN-GRAV-015";
  "QRN-META-024" -> "QRN-GRAV-016";
  "QRN-META-024" -> "QRN-GRAV-017";
  "QRN-META-024" -> "QRN-GAUGE-019";
  "QRN-META-024" -> "QRN-META-023";
  "QRN-GRAV-018" -> "QRN-GRAV-017";
  "QRN-GRAV-019" -> "QRN-GRAV-017";
  "QRN-GRAV-019" -> "QRN-GRAV-018";
  "QRN-GRAV-020" -> "QRN-GRAV-018";
  "QRN-GRAV-020" -> "QRN-GRAV-019";
  "QRN-GRAV-021" -> "QRN-GRAV-017";
  "QRN-GRAV-021" -> "QRN-GRAV-020";
  "QRN-GRAV-022" -> "QRN-GRAV-021";
  "QRN-GRAV-023" -> "QRN-GRAV-018";
  "QRN-GRAV-023" -> "QRN-GRAV-022";
  "QRN-META-025" -> "QRN-GRAV-018";
  "QRN-META-025" -> "QRN-GRAV-019";
  "QRN-META-025" -> "QRN-GRAV-020";
  "QRN-META-025" -> "QRN-GRAV-021";
  "QRN-META-025" -> "QRN-GRAV-022";
  "QRN-META-025" -> "QRN-GRAV-023";
  "QRN-META-025" -> "QRN-META-024";
  "QRN-GRAV-025" -> "QRN-GRAV-024";
  "QRN-GRAV-026" -> "QRN-GRAV-025";
  "QRN-GRAV-027" -> "QRN-GRAV-025";
  "QRN-GRAV-027" -> "QRN-GRAV-026";
  "QRN-GRAV-028" -> "QRN-GRAV-025";
  "QRN-GRAV-029" -> "QRN-GRAV-024";
  "QRN-GRAV-029" -> "QRN-GRAV-025";
  "QRN-GRAV-029" -> "QRN-GRAV-026";
  "QRN-GRAV-029" -> "QRN-GRAV-027";
  "QRN-META-026" -> "QRN-GRAV-024";
  "QRN-META-026" -> "QRN-GRAV-025";
  "QRN-META-026" -> "QRN-GRAV-026";
  "QRN-META-026" -> "QRN-GRAV-027";
  "QRN-META-026" -> "QRN-GRAV-028";
  "QRN-META-026" -> "QRN-GRAV-029";
  "QRN-META-026" -> "QRN-META-025";
  "QRN-GRAV-030" -> "QRN-GRAV-025";
  "QRN-GRAV-030" -> "QRN-GRAV-026";
  "QRN-GRAV-030" -> "QRN-GRAV-027";
  "QRN-GRAV-031" -> "QRN-C0-007";
  "QRN-GRAV-032" -> "QRN-C0-007";
  "QRN-GRAV-032" -> "QRN-GRAV-031";
  "QRN-GRAV-033" -> "QRN-GRAV-030";
  "QRN-GRAV-033" -> "QRN-GRAV-031";
  "QRN-GRAV-033" -> "QRN-GRAV-032";
  "QRN-GRAV-034" -> "QRN-C0-007";
  "QRN-GRAV-034" -> "QRN-GRAV-031";
  "QRN-META-027" -> "QRN-C0-007";
  "QRN-META-027" -> "QRN-GRAV-030";
  "QRN-META-027" -> "QRN-GRAV-031";
  "QRN-META-027" -> "QRN-GRAV-032";
  "QRN-META-027" -> "QRN-GRAV-033";
  "QRN-META-027" -> "QRN-GRAV-034";
  "QRN-META-027" -> "QRN-META-026";
  "QRN-YUK-033" -> "QRN-YUK-002";
  "QRN-YUK-033" -> "QRN-YUK-007";
  "QRN-YUK-033" -> "QRN-YUK-019";
  "QRN-YUK-033" -> "QRN-YUK-020";
  "QRN-GRAV-036" -> "QRN-GRAV-035";
  "QRN-GRAV-037" -> "QRN-GRAV-035";
  "QRN-GRAV-037" -> "QRN-GRAV-036";
+   "QRN-GRAV-038" -> "QRN-GRAV-036";
+   "QRN-GRAV-038" -> "QRN-GRAV-037";
}
